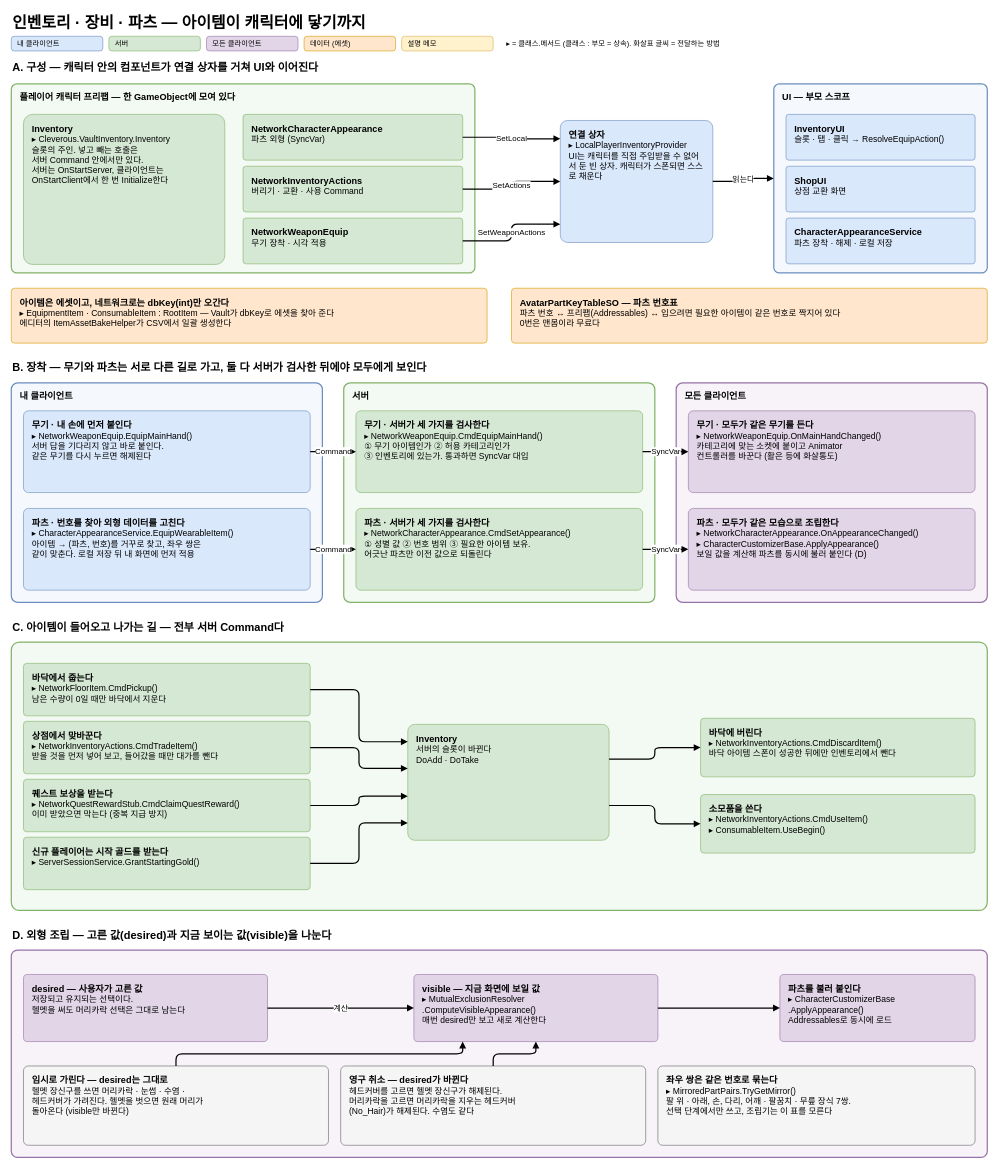
BAESOOHYUN/MySecondWorld-Architecture keeps this draw.io diagram as page "9. 인벤토리 · 장비 · 파츠 장착" (9 of 15) of architecture.drawio. Above is the earlier version. Source tidied: cells renumbered, new cells numbered last; positions are measured from the earlier drawing's top-left corner, leaving out a move shared by most shapes. Both pictures are drawn from the tidied source at 61%, with x=0, y=0 at pixel (11, 10).
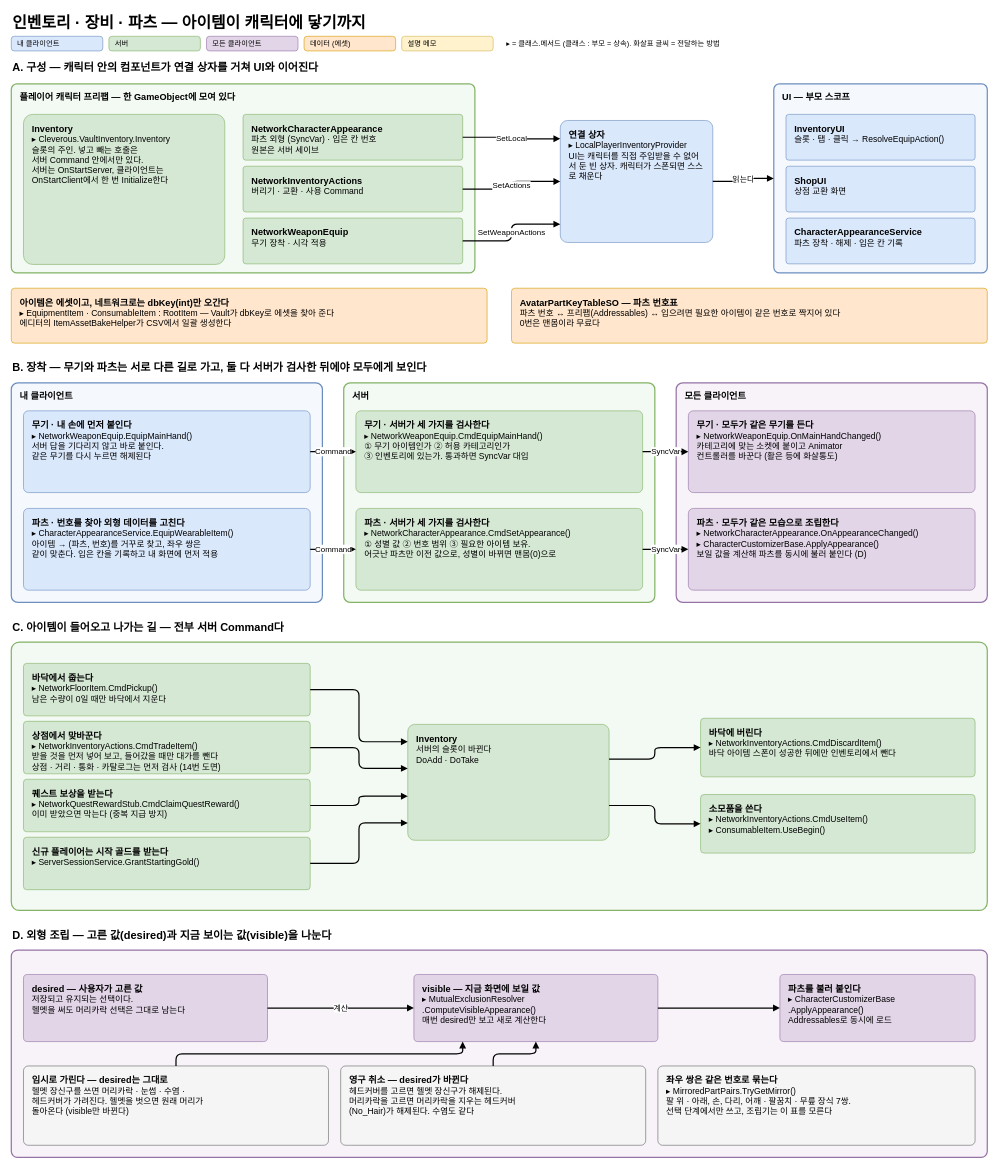
After the change.

Change to the diagram source:
```diff
@@
-    <mxCell id="12" value="&lt;b style=&quot;font-size:15px&quot;&gt;NetworkCharacterAppearance&lt;/b&gt;&lt;br&gt;&lt;span style=&quot;font-size:14px&quot;&gt;파츠 외형 (SyncVar)&lt;/span&gt;" style="rounded=1;arcSize=6;whiteSpace=wrap;html=1;fillColor=#D5E8D4;strokeColor=#82B366;align=left;verticalAlign=top;spacingLeft=12;spacingRight=10;spacingTop=8;spacingBottom=6;fontSize=14;" parent="1" vertex="1">
+    <mxCell id="12" value="&lt;b style=&quot;font-size:15px&quot;&gt;NetworkCharacterAppearance&lt;/b&gt;&lt;br&gt;&lt;span style=&quot;font-size:14px&quot;&gt;파츠 외형 (SyncVar) · 입은 칸 번호&lt;br&gt;원본은 서버 세이브&lt;/span&gt;" style="rounded=1;arcSize=6;whiteSpace=wrap;html=1;fillColor=#D5E8D4;strokeColor=#82B366;align=left;verticalAlign=top;spacingLeft=12;spacingRight=10;spacingTop=8;spacingBottom=6;fontSize=14;" parent="1" vertex="1">
       <mxGeometry x="380" y="170" width="360" height="75" as="geometry" />
     </mxCell>
@@
-    <mxCell id="22" value="&lt;b style=&quot;font-size:15px&quot;&gt;CharacterAppearanceService&lt;/b&gt;&lt;br&gt;&lt;span style=&quot;font-size:14px&quot;&gt;파츠 장착 · 해제 · 로컬 저장&lt;/span&gt;" style="rounded=1;arcSize=6;whiteSpace=wrap;html=1;fillColor=#DAE8FC;strokeColor=#6C8EBF;align=left;verticalAlign=top;spacingLeft=12;spacingRight=10;spacingTop=8;spacingBottom=6;fontSize=14;" parent="1" vertex="1">
+    <mxCell id="22" value="&lt;b style=&quot;font-size:15px&quot;&gt;CharacterAppearanceService&lt;/b&gt;&lt;br&gt;&lt;span style=&quot;font-size:14px&quot;&gt;파츠 장착 · 해제 · 입은 칸 기록&lt;/span&gt;" style="rounded=1;arcSize=6;whiteSpace=wrap;html=1;fillColor=#DAE8FC;strokeColor=#6C8EBF;align=left;verticalAlign=top;spacingLeft=12;spacingRight=10;spacingTop=8;spacingBottom=6;fontSize=14;" parent="1" vertex="1">
       <mxGeometry x="1270" y="340" width="310" height="75" as="geometry" />
     </mxCell>
@@
-    <mxCell id="33" value="&lt;b style=&quot;font-size:15px&quot;&gt;파츠 · 번호를 찾아 외형 데이터를 고친다&lt;/b&gt;&lt;br&gt;&lt;span style=&quot;font-size:14px&quot;&gt;▸ CharacterAppearanceService.EquipWearableItem()&lt;br&gt;아이템 → (파츠, 번호)를 거꾸로 찾고, 좌우 쌍은&lt;br&gt;같이 맞춘다. 로컬 저장 뒤 내 화면에 먼저 적용&lt;/span&gt;" style="rounded=1;arcSize=6;whiteSpace=wrap;html=1;fillColor=#DAE8FC;strokeColor=#6C8EBF;align=left;verticalAlign=top;spacingLeft=12;spacingRight=10;spacingTop=8;spacingBottom=6;fontSize=14;" parent="1" vertex="1">
+    <mxCell id="33" value="&lt;b style=&quot;font-size:15px&quot;&gt;파츠 · 번호를 찾아 외형 데이터를 고친다&lt;/b&gt;&lt;br&gt;&lt;span style=&quot;font-size:14px&quot;&gt;▸ CharacterAppearanceService.EquipWearableItem()&lt;br&gt;아이템 → (파츠, 번호)를 거꾸로 찾고, 좌우 쌍은&lt;br&gt;같이 맞춘다. 입은 칸을 기록하고 내 화면에 먼저 적용&lt;/span&gt;" style="rounded=1;arcSize=6;whiteSpace=wrap;html=1;fillColor=#DAE8FC;strokeColor=#6C8EBF;align=left;verticalAlign=top;spacingLeft=12;spacingRight=10;spacingTop=8;spacingBottom=6;fontSize=14;" parent="1" vertex="1">
       <mxGeometry x="20" y="816" width="470" height="134" as="geometry" />
     </mxCell>
-    <mxCell id="34" value="&lt;b style=&quot;font-size:15px&quot;&gt;파츠 · 서버가 세 가지를 검사한다&lt;/b&gt;&lt;br&gt;&lt;span style=&quot;font-size:14px&quot;&gt;▸ NetworkCharacterAppearance.CmdSetAppearance()&lt;br&gt;① 성별 값 ② 번호 범위 ③ 필요한 아이템 보유.&lt;br&gt;어긋난 파츠만 이전 값으로 되돌린다&lt;/span&gt;" style="rounded=1;arcSize=6;whiteSpace=wrap;html=1;fillColor=#D5E8D4;strokeColor=#82B366;align=left;verticalAlign=top;spacingLeft=12;spacingRight=10;spacingTop=8;spacingBottom=6;fontSize=14;" parent="1" vertex="1">
+    <mxCell id="34" value="&lt;b style=&quot;font-size:15px&quot;&gt;파츠 · 서버가 세 가지를 검사한다&lt;/b&gt;&lt;br&gt;&lt;span style=&quot;font-size:14px&quot;&gt;▸ NetworkCharacterAppearance.CmdSetAppearance()&lt;br&gt;① 성별 값 ② 번호 범위 ③ 필요한 아이템 보유.&lt;br&gt;어긋난 파츠만 이전 값으로, 성별이 바뀌면 맨몸(0)으로&lt;/span&gt;" style="rounded=1;arcSize=6;whiteSpace=wrap;html=1;fillColor=#D5E8D4;strokeColor=#82B366;align=left;verticalAlign=top;spacingLeft=12;spacingRight=10;spacingTop=8;spacingBottom=6;fontSize=14;" parent="1" vertex="1">
       <mxGeometry x="565" y="816" width="470" height="134" as="geometry" />
     </mxCell>
@@
-    <mxCell id="43" value="&lt;b style=&quot;font-size:15px&quot;&gt;상점에서 맞바꾼다&lt;/b&gt;&lt;br&gt;&lt;span style=&quot;font-size:14px&quot;&gt;▸ NetworkInventoryActions.CmdTradeItem()&lt;br&gt;받을 것을 먼저 넣어 보고, 들어갔을 때만 대가를 뺀다&lt;/span&gt;" style="rounded=1;arcSize=6;whiteSpace=wrap;html=1;fillColor=#D5E8D4;strokeColor=#82B366;align=left;verticalAlign=top;spacingLeft=12;spacingRight=10;spacingTop=8;spacingBottom=6;fontSize=14;" parent="1" vertex="1">
+    <mxCell id="43" value="&lt;b style=&quot;font-size:15px&quot;&gt;상점에서 맞바꾼다&lt;/b&gt;&lt;br&gt;&lt;span style=&quot;font-size:14px&quot;&gt;▸ NetworkInventoryActions.CmdTradeItem()&lt;br&gt;받을 것을 먼저 넣어 보고, 들어갔을 때만 대가를 뺀다&lt;br&gt;상점 · 거리 · 통화 · 카탈로그는 먼저 검사 (14번 도면)&lt;/span&gt;" style="rounded=1;arcSize=6;whiteSpace=wrap;html=1;fillColor=#D5E8D4;strokeColor=#82B366;align=left;verticalAlign=top;spacingLeft=12;spacingRight=10;spacingTop=8;spacingBottom=6;fontSize=14;" parent="1" vertex="1">
       <mxGeometry x="20" y="1165" width="470" height="86" as="geometry" />
     </mxCell>
```
